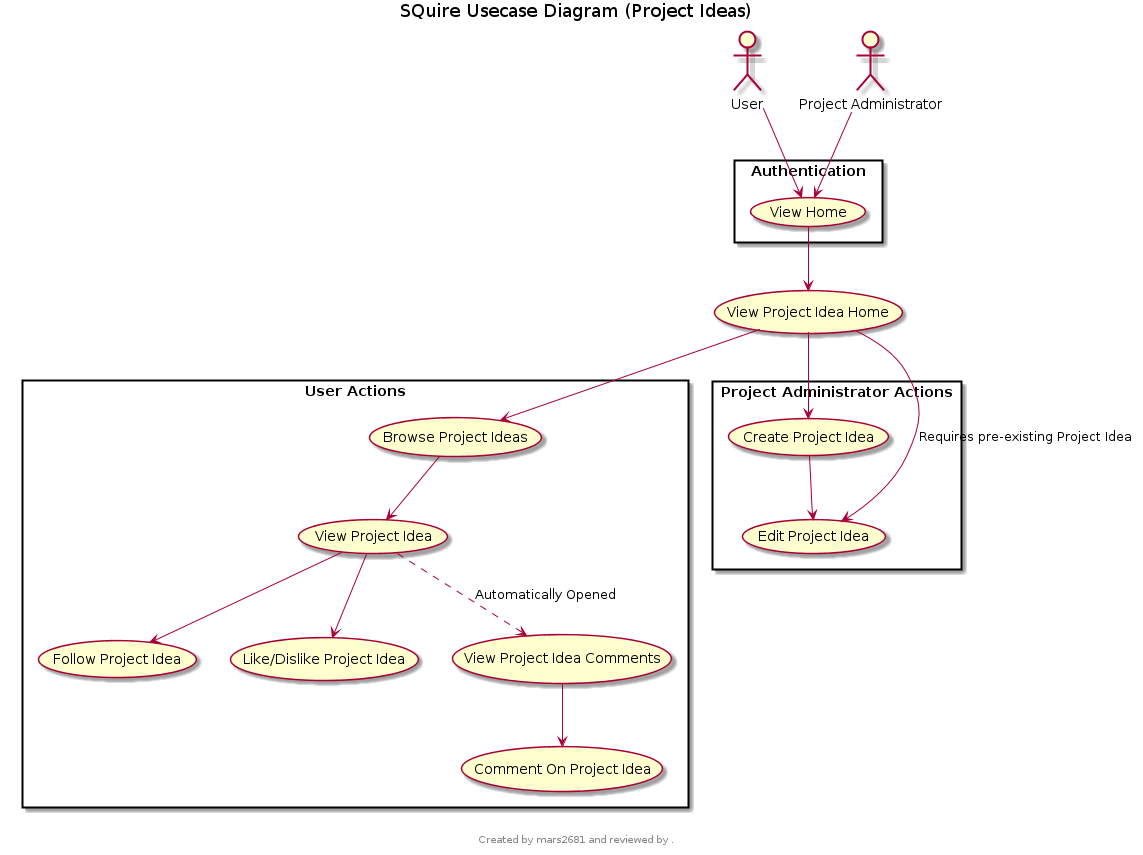
Above: Deliverables/Master Requirements Specification/diagrams/usecase-projectideas.png in uidaho/cs383 (PlantUML), before the change. Source of this version:
```plantuml
@startuml
title SQuire Usecase Diagram (Project Ideas)
footer
Created by mars2681 and reviewed by .
endfooter

:User: as U
:Project Administrator: as PA


rectangle "User Actions"{
(Browse Project Ideas) --> (View Project Idea)
(View Project Idea) --> (Follow Project Idea)
(View Project Idea) --> (Like/Dislike Project Idea)
(View Project Idea) ..> (View Project Idea Comments) : Automatically Opened
(View Project Idea Comments) --> (Comment On Project Idea)
}


rectangle "Authentication" {
    U --> (View Home)
    PA --> (View Home)

}
(View Home) --> (View Project Idea Home)

rectangle "Project Administrator Actions"{
(Create Project Idea) --> (Edit Project Idea)

}

(View Project Idea Home) --> (Create Project Idea)
(View Project Idea Home) --> (Edit Project Idea) :Requires pre-existing Project Idea
(View Project Idea Home) --> (Browse Project Ideas)

@enduml
```
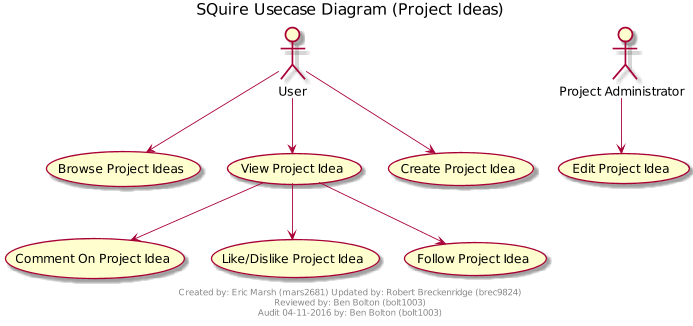
After the change.

Change to the diagram source:
```diff
@@ -1,36 +1,24 @@
 @startuml
+scale max 700 width
 title SQuire Usecase Diagram (Project Ideas)
+
 footer
-Created by mars2681 and reviewed by .
+Created by: Eric Marsh (mars2681) Updated by: Robert Breckenridge (brec9824)
+Reviewed by: Ben Bolton (bolt1003)
+Audit 04-11-2016 by: Ben Bolton (bolt1003)
 endfooter
+
 
 :User: as U
 :Project Administrator: as PA
 
 
-rectangle "User Actions"{
-(Browse Project Ideas) --> (View Project Idea)
+U --> (Browse Project Ideas)
+U --> (View Project Idea)
+U --> (Create Project Idea)
+(View Project Idea) --> (Comment On Project Idea)
+(View Project Idea) --> (Like/Dislike Project Idea)
 (View Project Idea) --> (Follow Project Idea)
-(View Project Idea) --> (Like/Dislike Project Idea)
-(View Project Idea) ..> (View Project Idea Comments) : Automatically Opened
-(View Project Idea Comments) --> (Comment On Project Idea)
-}
-
-
-rectangle "Authentication" {
-    U --> (View Home)
-    PA --> (View Home)
-
-}
-(View Home) --> (View Project Idea Home)
-
-rectangle "Project Administrator Actions"{
-(Create Project Idea) --> (Edit Project Idea)
-
-}
-
-(View Project Idea Home) --> (Create Project Idea)
-(View Project Idea Home) --> (Edit Project Idea) :Requires pre-existing Project Idea
-(View Project Idea Home) --> (Browse Project Ideas)
+PA --> (Edit Project Idea)
 
 @enduml
```
